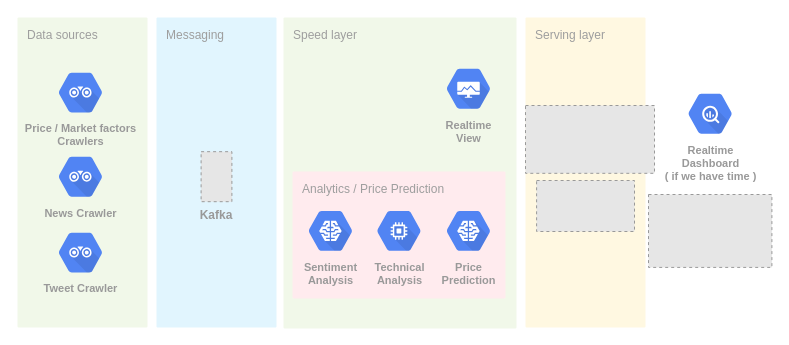
This is docs/arch.drawio from snowflk/gabi, a draw.io file, before an edit. Source tidied: cells renumbered, new cells numbered last; positions are measured from the earlier drawing's top-left corner, leaving out a move shared by most shapes. Both pictures are drawn from the tidied source at 100%, with x=0, y=0 at pixel (17, 17). Pictures stored in the file or linked from it are replaced by grey dashed boxes.
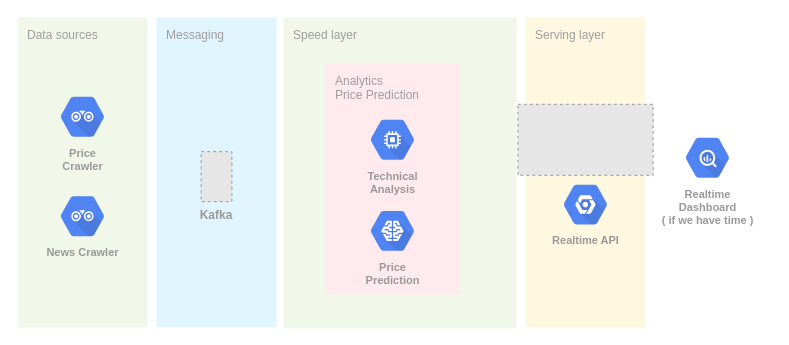
The same diagram, later.

Diff of the diagram source:
```diff
@@
 <mxGraphModel>
   <root>
     <mxCell id="0" />
     <mxCell id="1" parent="0" />
     <mxCell id="2" value="Speed layer" style="rounded=1;absoluteArcSize=1;arcSize=2;html=1;strokeColor=none;gradientColor=none;shadow=0;dashed=0;fontSize=12;fontColor=#9E9E9E;align=left;verticalAlign=top;spacing=10;spacingTop=-4;fillColor=#F1F8E9;labelBackgroundColor=none;" parent="1" vertex="1">
       <mxGeometry x="266" width="233" height="311" as="geometry" />
     </mxCell>
-    <mxCell id="3" value="Analytics / Price Prediction" style="rounded=1;absoluteArcSize=1;arcSize=2;html=1;strokeColor=none;gradientColor=none;shadow=0;dashed=0;fontSize=12;fontColor=#9E9E9E;align=left;verticalAlign=top;spacing=10;spacingTop=-4;fillColor=#FFEBEE;" parent="1" vertex="1">
-      <mxGeometry x="275" y="154" width="213" height="127" as="geometry" />
+    <mxCell id="3" value="Analytics&lt;br&gt;Price Prediction" style="rounded=1;absoluteArcSize=1;arcSize=2;html=1;strokeColor=none;gradientColor=none;shadow=0;dashed=0;fontSize=12;fontColor=#9E9E9E;align=left;verticalAlign=top;spacing=10;spacingTop=-4;fillColor=#FFEBEE;" parent="1" vertex="1">
+      <mxGeometry x="307.5" y="45.8" width="135" height="231" as="geometry" />
     </mxCell>
     <mxCell id="4" value="Messaging" style="rounded=1;absoluteArcSize=1;arcSize=2;html=1;strokeColor=none;gradientColor=none;shadow=0;dashed=0;fontSize=12;fontColor=#9E9E9E;align=left;verticalAlign=top;spacing=10;spacingTop=-4;fillColor=#E1F5FE;labelBackgroundColor=none;" parent="1" vertex="1">
       <mxGeometry x="139" width="120" height="310" as="geometry" />
     </mxCell>
     <mxCell id="5" value="Data sources" style="rounded=1;absoluteArcSize=1;arcSize=2;html=1;strokeColor=none;gradientColor=none;shadow=0;dashed=0;fontSize=12;fontColor=#9E9E9E;align=left;verticalAlign=top;spacing=10;spacingTop=-4;fillColor=#F1F8E9;" parent="1" vertex="1">
       <mxGeometry width="130" height="310" as="geometry" />
     </mxCell>
-    <mxCell id="6" value="Price / Market factors&lt;br&gt;Crawlers" style="html=1;fillColor=#5184F3;strokeColor=none;verticalAlign=top;labelPosition=center;verticalLabelPosition=bottom;align=center;spacingTop=-6;fontSize=11;fontStyle=1;fontColor=#999999;shape=mxgraph.gcp2.hexIcon;prIcon=api_analytics;" parent="1" vertex="1">
-      <mxGeometry x="30" y="45.8" width="66" height="58.5" as="geometry" />
+    <mxCell id="6" value="Price&lt;br&gt;Crawler" style="html=1;fillColor=#5184F3;strokeColor=none;verticalAlign=top;labelPosition=center;verticalLabelPosition=bottom;align=center;spacingTop=-6;fontSize=11;fontStyle=1;fontColor=#999999;shape=mxgraph.gcp2.hexIcon;prIcon=api_analytics;" parent="1" vertex="1">
+      <mxGeometry x="32" y="70" width="66" height="58.5" as="geometry" />
     </mxCell>
     <mxCell id="7" value="News Crawler" style="html=1;fillColor=#5184F3;strokeColor=none;verticalAlign=top;labelPosition=center;verticalLabelPosition=bottom;align=center;spacingTop=-6;fontSize=11;fontStyle=1;fontColor=#999999;shape=mxgraph.gcp2.hexIcon;prIcon=api_analytics;" parent="1" vertex="1">
-      <mxGeometry x="30" y="130" width="66" height="58.5" as="geometry" />
+      <mxGeometry x="32" y="169.5" width="66" height="58.5" as="geometry" />
     </mxCell>
     <mxCell id="8" value="Kafka" style="fillColor=#E6E6E6;strokeColor=#999999;dashed=1;verticalLabelPosition=bottom;labelBackgroundColor=none;verticalAlign=top;fontStyle=1;fontColor=#999999;" parent="1" vertex="1">
       <mxGeometry x="183.6" y="134.2" width="30.8" height="50" as="geometry" />
     </mxCell>
-    <mxCell id="9" value="Sentiment&lt;br&gt;Analysis" style="html=1;fillColor=#5184F3;strokeColor=none;verticalAlign=top;labelPosition=center;verticalLabelPosition=bottom;align=center;spacingTop=-6;fontSize=11;fontStyle=1;fontColor=#999999;shape=mxgraph.gcp2.hexIcon;prIcon=cloud_machine_learning;labelBackgroundColor=none;" parent="1" vertex="1">
-      <mxGeometry x="280" y="184.2" width="66" height="58.5" as="geometry" />
-    </mxCell>
     <mxCell id="10" value="Serving layer" style="rounded=1;absoluteArcSize=1;arcSize=2;html=1;strokeColor=none;gradientColor=none;shadow=0;dashed=0;fontSize=12;fontColor=#9E9E9E;align=left;verticalAlign=top;spacing=10;spacingTop=-4;fillColor=#FFF8E1;labelBackgroundColor=none;" parent="1" vertex="1">
       <mxGeometry x="508" width="120" height="310" as="geometry" />
     </mxCell>
-    <mxCell id="11" style="fillColor=#E6E6E6;strokeColor=#999999;dashed=1;verticalLabelPosition=bottom;labelBackgroundColor=#ffffff;verticalAlign=top;" parent="1" vertex="1">
-      <mxGeometry x="519.1" y="163" width="97.9" height="51" as="geometry" />
-    </mxCell>
-    <mxCell id="12" style="fillColor=#E6E6E6;strokeColor=#999999;dashed=1;verticalLabelPosition=bottom;labelBackgroundColor=#ffffff;verticalAlign=top;" parent="1" vertex="1">
-      <mxGeometry x="631" y="177" width="123.4" height="72.9" as="geometry" />
-    </mxCell>
-    <mxCell id="13" value="Realtime&lt;br&gt;View" style="html=1;fillColor=#5184F3;strokeColor=none;verticalAlign=top;labelPosition=center;verticalLabelPosition=bottom;align=center;spacingTop=-6;fontSize=11;fontStyle=1;fontColor=#999999;shape=mxgraph.gcp2.hexIcon;prIcon=cloud_deployment_manager;labelBackgroundColor=none;" parent="1" vertex="1">
-      <mxGeometry x="418" y="42" width="66" height="58.5" as="geometry" />
-    </mxCell>
     <mxCell id="14" value="Technical&lt;br&gt;Analysis" style="html=1;fillColor=#5184F3;strokeColor=none;verticalAlign=top;labelPosition=center;verticalLabelPosition=bottom;align=center;spacingTop=-6;fontSize=11;fontStyle=1;fontColor=#999999;shape=mxgraph.gcp2.hexIcon;prIcon=compute_engine;labelBackgroundColor=none;" parent="1" vertex="1">
-      <mxGeometry x="348.5" y="184.2" width="66" height="58.5" as="geometry" />
+      <mxGeometry x="342" y="93" width="66" height="58.5" as="geometry" />
     </mxCell>
     <mxCell id="15" style="fillColor=#E6E6E6;strokeColor=#999999;dashed=1;verticalLabelPosition=bottom;labelBackgroundColor=#ffffff;verticalAlign=top;" parent="1" vertex="1">
-      <mxGeometry x="508" y="88" width="129" height="67.8" as="geometry" />
+      <mxGeometry x="500.4" y="86.8" width="135.2" height="71" as="geometry" />
     </mxCell>
-    <mxCell id="16" value="Tweet Crawler" style="html=1;fillColor=#5184F3;strokeColor=none;verticalAlign=top;labelPosition=center;verticalLabelPosition=bottom;align=center;spacingTop=-6;fontSize=11;fontStyle=1;fontColor=#999999;shape=mxgraph.gcp2.hexIcon;prIcon=api_analytics;" parent="1" vertex="1">
-      <mxGeometry x="30" y="205.8" width="66" height="58.5" as="geometry" />
-    </mxCell>
     <mxCell id="17" value="Price&lt;br&gt;Prediction" style="html=1;fillColor=#5184F3;strokeColor=none;verticalAlign=top;labelPosition=center;verticalLabelPosition=bottom;align=center;spacingTop=-6;fontSize=11;fontStyle=1;fontColor=#999999;shape=mxgraph.gcp2.hexIcon;prIcon=cloud_machine_learning;labelBackgroundColor=none;" parent="1" vertex="1">
-      <mxGeometry x="418" y="184.2" width="66" height="58.5" as="geometry" />
+      <mxGeometry x="342" y="184.2" width="66" height="58.5" as="geometry" />
     </mxCell>
     <mxCell id="18" value="Realtime&lt;br&gt;Dashboard&lt;br&gt;( if we have time )" style="html=1;fillColor=#5184F3;strokeColor=none;verticalAlign=top;labelPosition=center;verticalLabelPosition=bottom;align=center;spacingTop=-6;fontSize=11;fontStyle=1;fontColor=#999999;shape=mxgraph.gcp2.hexIcon;prIcon=bigquery;" parent="1" vertex="1">
-      <mxGeometry x="659.7" y="67" width="66" height="58.5" as="geometry" />
+      <mxGeometry x="657" y="111" width="66" height="58.5" as="geometry" />
     </mxCell>
+    <mxCell id="19" value="Realtime API" style="html=1;fillColor=#5184F3;strokeColor=none;verticalAlign=top;labelPosition=center;verticalLabelPosition=bottom;align=center;spacingTop=-6;fontSize=11;fontStyle=1;fontColor=#999999;shape=mxgraph.gcp2.hexIcon;prIcon=placeholder;" parent="1" vertex="1">
+      <mxGeometry x="535" y="157.8" width="66" height="58.5" as="geometry" />
+    </mxCell>
   </root>
 </mxGraphModel>
```
